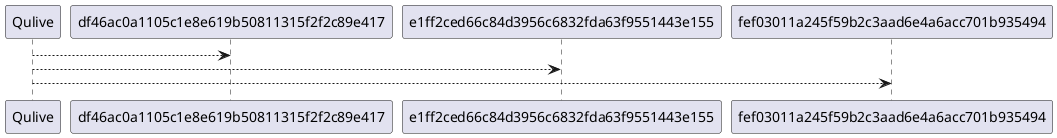
Before: dependency/commits.png, a diagram exported from PlantUML (Qulive-edu/CM-HW-2-master).
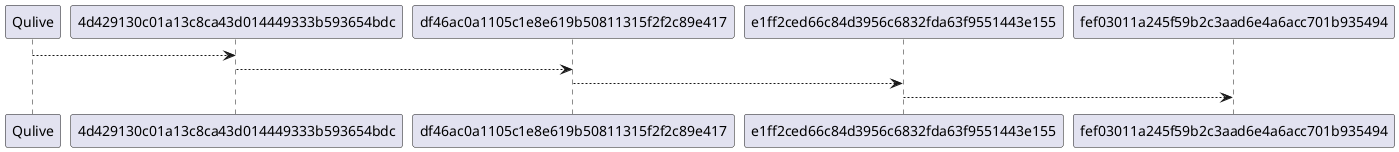
Above is the later version.

Change to the diagram source:
```diff
@@ -1,5 +1,6 @@
 @startuml
-"Qulive"-->df46ac0a1105c1e8e619b50811315f2f2c89e417
-"Qulive"-->e1ff2ced66c84d3956c6832fda63f9551443e155
-"Qulive"-->fef03011a245f59b2c3aad6e4a6acc701b935494
+"Qulive" --> 4d429130c01a13c8ca43d014449333b593654bdc
+"4d429130c01a13c8ca43d014449333b593654bdc" --> df46ac0a1105c1e8e619b50811315f2f2c89e417
+"df46ac0a1105c1e8e619b50811315f2f2c89e417" --> e1ff2ced66c84d3956c6832fda63f9551443e155
+"e1ff2ced66c84d3956c6832fda63f9551443e155" --> fef03011a245f59b2c3aad6e4a6acc701b935494
 @enduml
```
